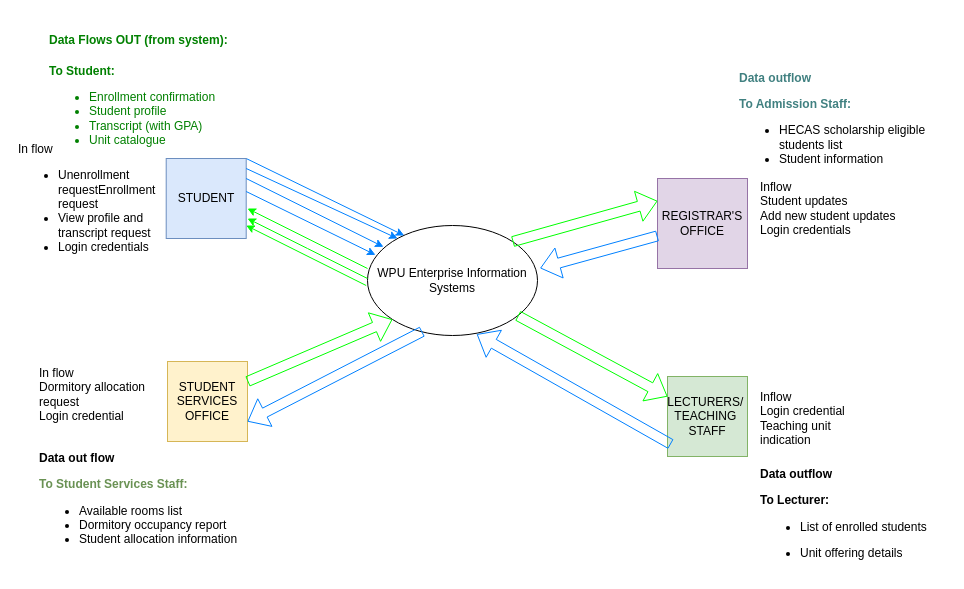
Nash230/IS403SystemsAnalysis-Design_MP keeps this draw.io diagram as page "Level 0 Diagram" (5 of 5) of Untitled Diagram.drawio. Above is the earlier version. Source tidied: cells renumbered, new cells numbered last; positions are measured from the earlier drawing's top-left corner, leaving out a move shared by most shapes. Both pictures are drawn from the tidied source at 100%, with x=0, y=0 at pixel (17, 28).
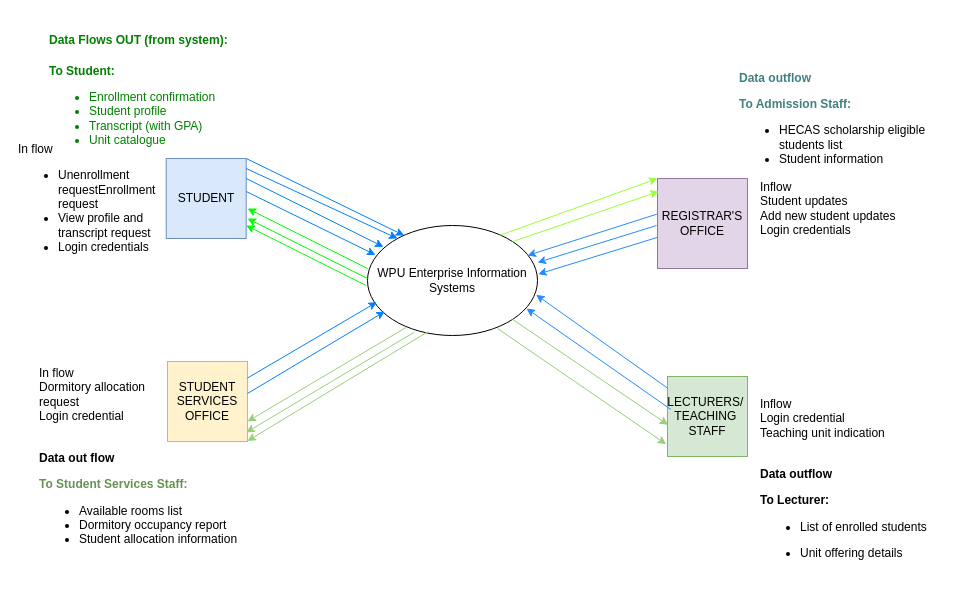
After the change.

Commit message:
Analysis Drawing

Unchanged cells that the change refers to:
```xml
<mxCell id="3" value="WPU Enterprise Information Systems" style="ellipse;whiteSpace=wrap;html=1;" parent="1" vertex="1">
  <mxGeometry x="350" y="197" width="170" height="110" as="geometry" />
</mxCell>
<mxCell id="6" value="REGISTRAR'S OFFICE" style="whiteSpace=wrap;html=1;fillColor=#e1d5e7;strokeColor=#9673a6;" parent="1" vertex="1">
  <mxGeometry x="640" y="150" width="90" height="90" as="geometry" />
</mxCell>
<mxCell id="7" value="STUDENT SERVICES OFFICE" style="whiteSpace=wrap;html=1;fillColor=#fff2cc;strokeColor=#d6b656;" parent="1" vertex="1">
  <mxGeometry x="150" y="333" width="80" height="80" as="geometry" />
</mxCell>
<mxCell id="8" value="&lt;div&gt;LECTURERS/&amp;nbsp;&lt;/div&gt;&lt;div&gt;TEACHING&amp;nbsp;&lt;/div&gt;&lt;div&gt;STAFF&lt;/div&gt;" style="whiteSpace=wrap;html=1;fillColor=#d5e8d4;strokeColor=#82b366;" parent="1" vertex="1">
  <mxGeometry x="650" y="348" width="80" height="80" as="geometry" />
</mxCell>
```

Change to the diagram source:
```diff
@@
+    <mxCell id="10" style="rounded=0;jettySize=auto;html=1;entryX=1;entryY=0.75;entryDx=0;entryDy=0;exitX=0.227;exitY=0.927;exitDx=0;exitDy=0;exitPerimeter=0;strokeColor=#97D077;" parent="1" edge="1" source="3" target="7">
+      <mxGeometry relative="1" as="geometry" />
+    </mxCell>
@@
-    <mxCell id="9" style="shape=flexArrow;endArrow=classic;html=1;rounded=0;entryX=0;entryY=1;entryDx=0;entryDy=0;exitX=1;exitY=0.25;exitDx=0;exitDy=0;strokeColor=#00FF00;" parent="1" edge="1" source="7" target="3">
-      <mxGeometry relative="1" as="geometry" />
-    </mxCell>
-    <mxCell id="10" style="shape=flexArrow;endArrow=classic;html=1;rounded=0;entryX=1;entryY=0.75;entryDx=0;entryDy=0;exitX=0.322;exitY=0.964;exitDx=0;exitDy=0;exitPerimeter=0;strokeColor=light-dark(#0080ff, #ededed);" parent="1" edge="1" source="3" target="7">
-      <mxGeometry relative="1" as="geometry" />
-    </mxCell>
-    <mxCell id="11" style="shape=flexArrow;endArrow=classic;html=1;rounded=0;entryX=0;entryY=0.25;entryDx=0;entryDy=0;strokeColor=#00FF00;" parent="1" edge="1" source="3" target="8">
-      <mxGeometry relative="1" as="geometry" />
-    </mxCell>
-    <mxCell id="12" style="shape=flexArrow;endArrow=classic;html=1;rounded=0;exitX=0.042;exitY=0.846;exitDx=0;exitDy=0;exitPerimeter=0;strokeColor=light-dark(#0080ff, #ededed);entryX=0.643;entryY=0.988;entryDx=0;entryDy=0;entryPerimeter=0;" parent="1" edge="1" source="8" target="3">
-      <mxGeometry relative="1" as="geometry" />
-    </mxCell>
-    <mxCell id="13" style="shape=flexArrow;endArrow=classic;html=1;rounded=0;entryX=0;entryY=0.25;entryDx=0;entryDy=0;exitX=1;exitY=0;exitDx=0;exitDy=0;strokeColor=#00FF00;" parent="1" edge="1" source="3" target="6">
-      <mxGeometry relative="1" as="geometry" />
-    </mxCell>
-    <mxCell id="14" style="shape=flexArrow;endArrow=classic;html=1;rounded=0;entryX=1.016;entryY=0.388;entryDx=0;entryDy=0;entryPerimeter=0;strokeColor=light-dark(#0080ff, #ededed);" parent="1" edge="1" source="6" target="3">
-      <mxGeometry relative="1" as="geometry" />
-    </mxCell>
@@
     <mxCell id="17" value="&lt;div align=&quot;left&quot;&gt;Inflow&lt;/div&gt;&lt;div align=&quot;left&quot;&gt;Login credential&lt;/div&gt;&lt;div align=&quot;left&quot;&gt;Teaching unit indication&lt;/div&gt;" style="text;html=1;whiteSpace=wrap;strokeColor=none;fillColor=none;align=left;verticalAlign=middle;rounded=0;" parent="1" vertex="1">
-      <mxGeometry x="741" y="350" width="119" height="80" as="geometry" />
+      <mxGeometry x="741" y="350" width="169" height="80" as="geometry" />
     </mxCell>
@@
+    <mxCell id="9" style="rounded=0;jettySize=auto;html=1;entryX=0.055;entryY=0.697;entryDx=0;entryDy=0;entryPerimeter=0;strokeColor=light-dark(#0080ff, #ededed);" parent="1" edge="1" source="7" target="3">
+      <mxGeometry relative="1" as="geometry" />
+    </mxCell>
+    <mxCell id="28" style="rounded=0;jettySize=auto;html=1;entryX=0.102;entryY=0.782;entryDx=0;entryDy=0;entryPerimeter=0;strokeColor=light-dark(#0080ff, #ededed);" parent="1" edge="1" target="3">
+      <mxGeometry relative="1" as="geometry">
+        <mxPoint x="230" y="365" as="sourcePoint" />
+      </mxGeometry>
+    </mxCell>
+    <mxCell id="29" style="rounded=0;jettySize=auto;html=1;entryX=1;entryY=0.75;entryDx=0;entryDy=0;exitX=0.357;exitY=0.964;exitDx=0;exitDy=0;exitPerimeter=0;strokeColor=#97D077;" parent="1" edge="1" source="3">
+      <mxGeometry relative="1" as="geometry">
+        <mxPoint x="230" y="412.5" as="targetPoint" />
+      </mxGeometry>
+    </mxCell>
+    <mxCell id="30" style="rounded=0;jettySize=auto;html=1;entryX=1;entryY=0.75;entryDx=0;entryDy=0;exitX=0.275;exitY=0.97;exitDx=0;exitDy=0;exitPerimeter=0;strokeColor=#97D077;" parent="1" edge="1" source="3">
+      <mxGeometry relative="1" as="geometry">
+        <mxPoint x="228.7" y="404" as="targetPoint" />
+      </mxGeometry>
+    </mxCell>
+    <mxCell id="12" style="rounded=0;jettySize=auto;html=1;entryX=0.992;entryY=0.63;entryDx=0;entryDy=0;entryPerimeter=0;strokeColor=#258AFF;" parent="1" edge="1" source="8" target="3">
+      <mxGeometry relative="1" as="geometry" />
+    </mxCell>
+    <mxCell id="31" style="rounded=0;jettySize=auto;html=1;entryX=0.992;entryY=0.63;entryDx=0;entryDy=0;entryPerimeter=0;exitX=0.042;exitY=0.412;exitDx=0;exitDy=0;exitPerimeter=0;strokeColor=#258AFF;" parent="1" edge="1" source="8">
+      <mxGeometry relative="1" as="geometry">
+        <mxPoint x="509" y="280" as="targetPoint" />
+      </mxGeometry>
+    </mxCell>
+    <mxCell id="11" style="rounded=0;jettySize=auto;html=1;entryX=0.008;entryY=0.604;entryDx=0;entryDy=0;entryPerimeter=0;exitX=1;exitY=1;exitDx=0;exitDy=0;strokeColor=#97D077;" parent="1" edge="1" source="3" target="8">
+      <mxGeometry relative="1" as="geometry" />
+    </mxCell>
+    <mxCell id="32" style="rounded=0;jettySize=auto;html=1;entryX=-0.017;entryY=0.846;entryDx=0;entryDy=0;entryPerimeter=0;exitX=1;exitY=1;exitDx=0;exitDy=0;strokeColor=#97D077;" parent="1" edge="1" target="8">
+      <mxGeometry relative="1" as="geometry">
+        <mxPoint x="480" y="300" as="sourcePoint" />
+      </mxGeometry>
+    </mxCell>
+    <mxCell id="14" style="rounded=0;jettySize=auto;html=1;entryX=1.004;entryY=0.442;entryDx=0;entryDy=0;entryPerimeter=0;strokeColor=#258AFF;" parent="1" edge="1" source="6" target="3">
+      <mxGeometry relative="1" as="geometry" />
+    </mxCell>
+    <mxCell id="33" style="rounded=0;orthogonalLoop=1;jettySize=auto;html=1;entryX=1.004;entryY=0.442;entryDx=0;entryDy=0;entryPerimeter=0;strokeColor=#258AFF;" parent="1" edge="1">
+      <mxGeometry relative="1" as="geometry">
+        <mxPoint x="639" y="197" as="sourcePoint" />
+        <mxPoint x="520" y="234" as="targetPoint" />
+      </mxGeometry>
+    </mxCell>
+    <mxCell id="34" style="rounded=0;jettySize=auto;html=1;entryX=1.004;entryY=0.442;entryDx=0;entryDy=0;entryPerimeter=0;exitX=-0.007;exitY=0.396;exitDx=0;exitDy=0;exitPerimeter=0;strokeColor=#258AFF;" parent="1" edge="1" source="6">
+      <mxGeometry relative="1" as="geometry">
+        <mxPoint x="510" y="227" as="targetPoint" />
+      </mxGeometry>
+    </mxCell>
+    <mxCell id="35" style="rounded=0;jettySize=auto;html=1;entryX=0.015;entryY=0.144;entryDx=0;entryDy=0;entryPerimeter=0;exitX=1;exitY=0;exitDx=0;exitDy=0;strokeColor=#99FF33;" parent="1" edge="1" source="3" target="6">
+      <mxGeometry relative="1" as="geometry" />
+    </mxCell>
+    <mxCell id="36" style="rounded=0;jettySize=auto;html=1;entryX=0;entryY=0;entryDx=0;entryDy=0;exitX=0.776;exitY=0.091;exitDx=0;exitDy=0;exitPerimeter=0;strokeColor=#99FF33;" parent="1" edge="1" source="3" target="6">
+      <mxGeometry relative="1" as="geometry" />
+    </mxCell>
```
